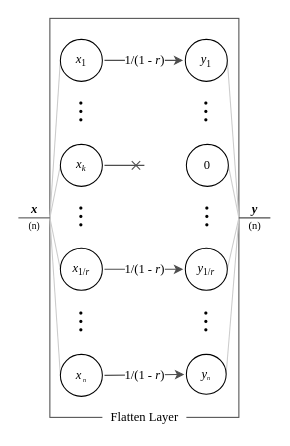
Above: page "dropout" (4 of 4) of img/layers.drawio in dragoon8192/LaundryTag (draw.io), before the change. Source tidied: cells renumbered, new cells numbered last; positions are measured from the earlier drawing's top-left corner, leaving out a move shared by most shapes. Both pictures are drawn from the tidied source at 105%, with x=0, y=0 at pixel (18, 18).
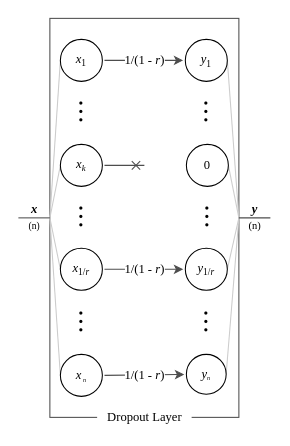
After the change.

Commit message:
Fix Flatten -> Dropout

The edit, as a diff of the source:
```diff
@@
-    <mxCell id="21" value="Flatten Layer" style="text;html=1;align=center;verticalAlign=middle;strokeColor=none;fillColor=default;fontSize=12;fontFamily=Times New Roman;fontColor=default;spacing=0;" parent="1" vertex="1">
-      <mxGeometry x="80" y="370" width="80" height="20" as="geometry" />
+    <mxCell id="21" value="Dropout Layer" style="text;html=1;align=center;verticalAlign=middle;strokeColor=none;fillColor=default;fontSize=12;fontFamily=Times New Roman;fontColor=default;spacing=0;" parent="1" vertex="1">
+      <mxGeometry x="75" y="370" width="90" height="20" as="geometry" />
     </mxCell>
```
